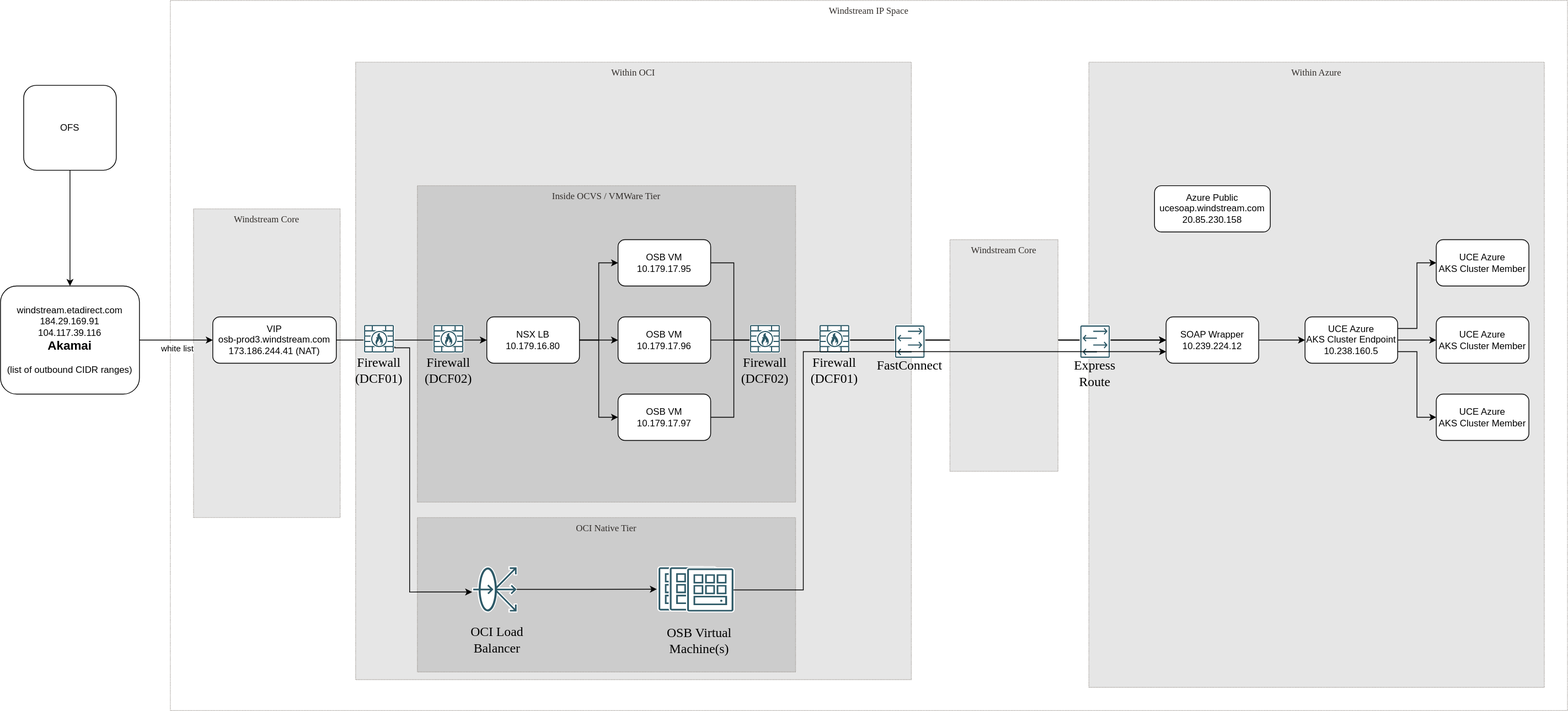
Before: windstream/Windstream OSB Native.svg, a diagram exported from draw.io (agregory999/oci-architecture). Source tidied: cells renumbered, new cells last; positions are measured from the earlier drawing's top-left corner, leaving out a move shared by most shapes.
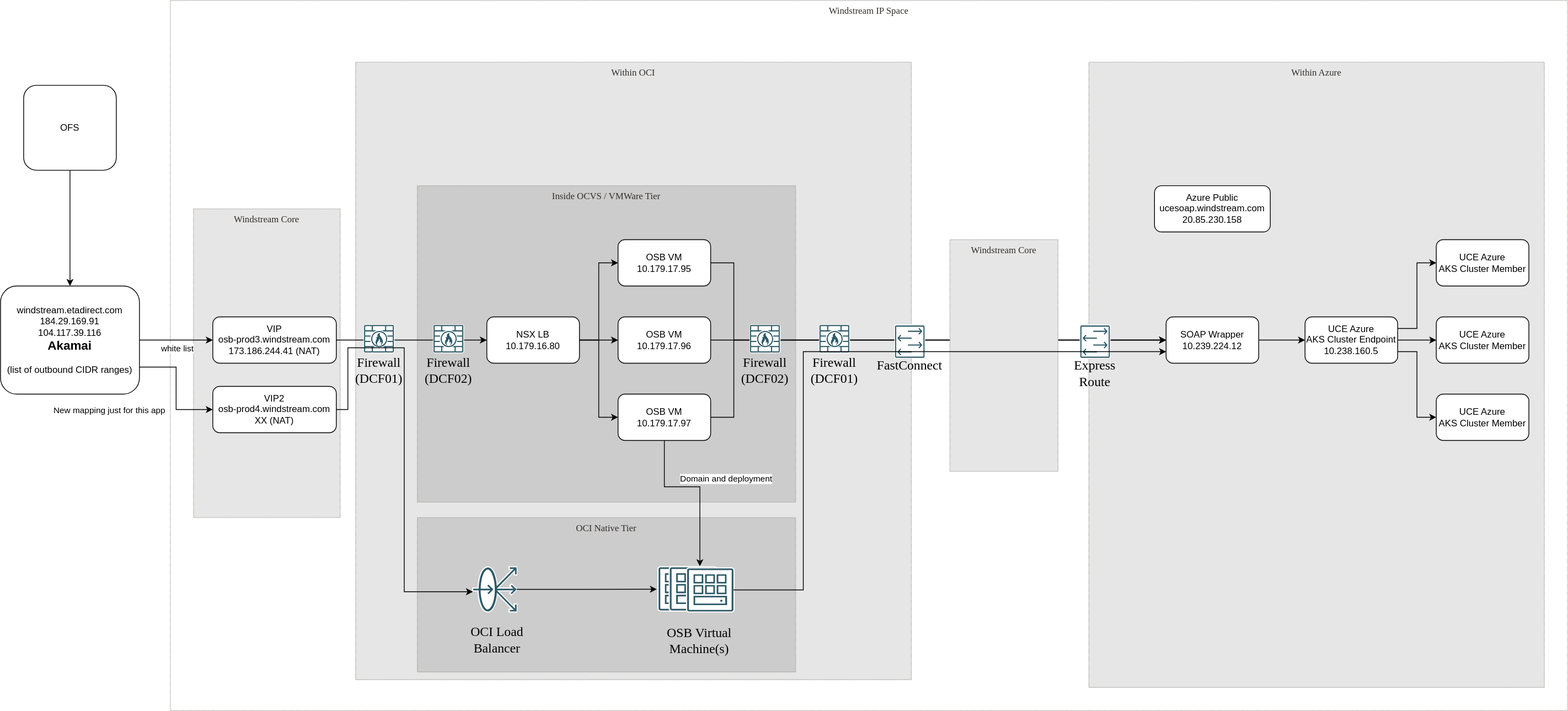
The same file after the commit.

The edit, as a diff of the source:
```diff
@@ -31,6 +31,14 @@
         <mxPoint y="11" as="offset" />
       </mxGeometry>
     </mxCell>
+    <mxCell id="140" style="edgeStyle=orthogonalEdgeStyle;rounded=0;jettySize=auto;html=1;exitX=1;exitY=0.75;exitDx=0;exitDy=0;entryX=0;entryY=0.5;entryDx=0;entryDy=0;" parent="1" edge="1" source="11" target="143">
+      <mxGeometry relative="1" as="geometry" />
+    </mxCell>
+    <mxCell id="141" value="New mapping just for this app" style="edgeLabel;html=1;align=center;verticalAlign=middle;" parent="140" vertex="1">
+      <mxGeometry x="0.22" y="2" relative="1" as="geometry">
+        <mxPoint x="-89" y="11" as="offset" />
+      </mxGeometry>
+    </mxCell>
     <mxCell id="11" value="windstream.etadirect.com&lt;br&gt;184.29.169.91&lt;br&gt;104.117.39.116&lt;br&gt;&lt;b&gt;&lt;font style=&quot;font-size: 16px;&quot;&gt;Akamai&lt;/font&gt;&lt;/b&gt;&lt;br&gt;&lt;br&gt;(list of outbound CIDR ranges)" style="rounded=1;whiteSpace=wrap;html=1;" parent="1" vertex="1">
       <mxGeometry y="370" width="180" height="140" as="geometry" />
     </mxCell>
@@ -422,15 +430,6 @@
     <mxCell id="137" style="edgeStyle=orthogonalEdgeStyle;rounded=0;jettySize=auto;html=1;entryX=-0.012;entryY=0.508;entryDx=0;entryDy=0;entryPerimeter=0;fontSize=16;" parent="1" edge="1" source="92" target="95">
       <mxGeometry relative="1" as="geometry" />
     </mxCell>
-    <mxCell id="138" style="edgeStyle=orthogonalEdgeStyle;rounded=0;jettySize=auto;html=1;entryX=0;entryY=0.556;entryDx=0;entryDy=0;entryPerimeter=0;fontSize=16;exitX=1.006;exitY=0.77;exitDx=0;exitDy=0;exitPerimeter=0;" parent="1" edge="1" source="47" target="89">
-      <mxGeometry relative="1" as="geometry">
-        <Array as="points">
-          <mxPoint x="511" y="450" />
-          <mxPoint x="530" y="450" />
-          <mxPoint x="530" y="767" />
-        </Array>
-      </mxGeometry>
-    </mxCell>
     <mxCell id="139" style="edgeStyle=orthogonalEdgeStyle;rounded=0;jettySize=auto;html=1;entryX=0;entryY=0.75;entryDx=0;entryDy=0;fontSize=16;" parent="1" edge="1" source="126" target="81">
       <mxGeometry relative="1" as="geometry">
         <Array as="points">
@@ -439,5 +438,27 @@
         </Array>
       </mxGeometry>
     </mxCell>
+    <mxCell id="142" style="edgeStyle=orthogonalEdgeStyle;rounded=0;jettySize=auto;html=1;entryX=0.017;entryY=0.55;entryDx=0;entryDy=0;entryPerimeter=0;" parent="1" edge="1" source="143" target="89">
+      <mxGeometry relative="1" as="geometry">
+        <Array as="points">
+          <mxPoint x="450" y="530" />
+          <mxPoint x="450" y="450" />
+          <mxPoint x="523" y="450" />
+          <mxPoint x="523" y="766" />
+        </Array>
+      </mxGeometry>
+    </mxCell>
+    <mxCell id="143" value="VIP2&lt;br&gt;osb-prod4.windstream.com&lt;br&gt;XX (NAT)" style="rounded=1;whiteSpace=wrap;html=1;" parent="1" vertex="1">
+      <mxGeometry x="275" y="500" width="160" height="60" as="geometry" />
+    </mxCell>
+    <mxCell id="144" value="Domain and deployment" style="edgeStyle=orthogonalEdgeStyle;rounded=0;jettySize=auto;html=1;exitX=0.5;exitY=1;exitDx=0;exitDy=0;entryX=0.274;entryY=-0.05;entryDx=0;entryDy=0;entryPerimeter=0;" parent="1" edge="1" source="27" target="126">
+      <mxGeometry x="0.01" y="35" relative="1" as="geometry">
+        <Array as="points">
+          <mxPoint x="860" y="630" />
+          <mxPoint x="906" y="630" />
+        </Array>
+        <mxPoint x="-1" y="-10" as="offset" />
+      </mxGeometry>
+    </mxCell>
   </root>
 </mxGraphModel>
```
